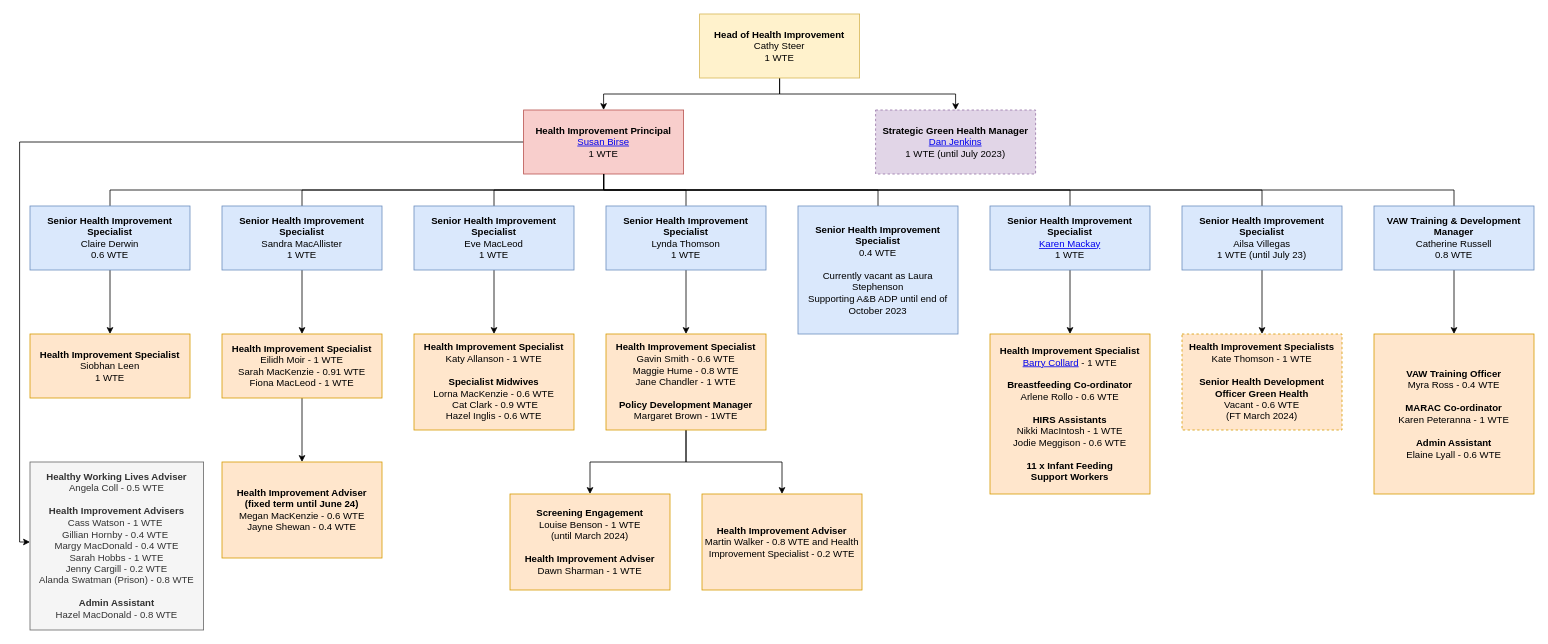
Earlier version of the draw.io diagram Untitled Diagram.drawio (barrycollard/staffOrgChart). Source tidied: cells renumbered, new cells numbered last; positions are measured from the earlier drawing's top-left corner, leaving out a move shared by most shapes. Both pictures are drawn from the tidied source at 80%, with x=0, y=0 at pixel (19, 14).
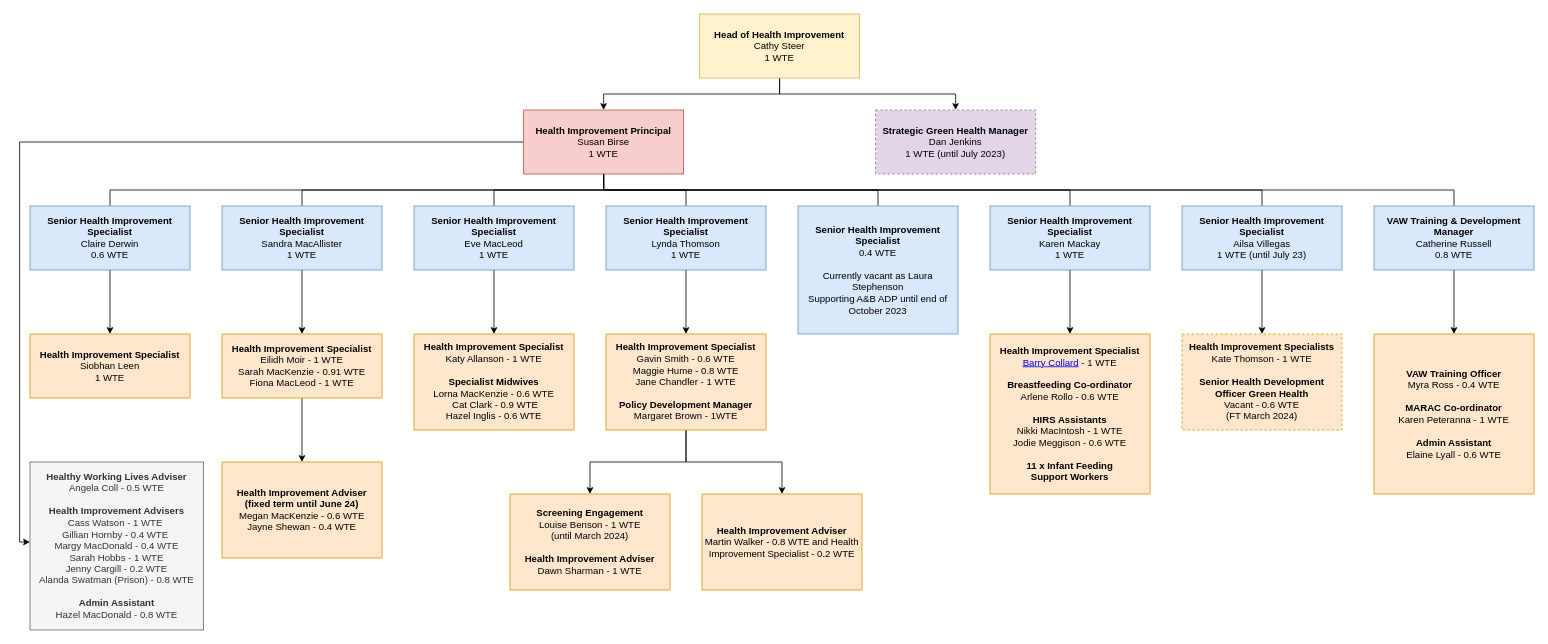
After the change.

Commit message:
Removed links to all but me

Change to the diagram source:
```diff
@@
-    <mxCell id="6" value="&lt;b&gt;Health Improvement Principal&lt;br&gt;&lt;/b&gt;&lt;a href=&quot;https://nhshighland.publichealth.scot.nhs.uk/staff/susan-birse/&quot;&gt;Susan Birse&lt;/a&gt;&lt;br&gt;1 WTE" style="rounded=0;whiteSpace=wrap;html=1;align=center;fillColor=#f8cecc;strokeColor=#b85450;" parent="1" vertex="1">
+    <mxCell id="6" value="&lt;b&gt;Health Improvement Principal&lt;br&gt;&lt;/b&gt;Susan Birse&lt;br&gt;1 WTE" style="rounded=0;whiteSpace=wrap;html=1;align=center;fillColor=#f8cecc;strokeColor=#b85450;" parent="1" vertex="1">
       <mxGeometry x="630" y="120" width="200" height="80" as="geometry" />
     </mxCell>
-    <mxCell id="7" value="&lt;b&gt;Strategic Green Health Manager&lt;br&gt;&lt;/b&gt;&lt;a href=&quot;https://nhshighland.publichealth.scot.nhs.uk/staff/dan-jenkins/&quot;&gt;Dan Jenkins&lt;/a&gt;&lt;br&gt;1 WTE (until July 2023)" style="rounded=0;whiteSpace=wrap;html=1;align=center;dashed=1;fillColor=#e1d5e7;strokeColor=#9673a6;" parent="1" vertex="1">
+    <mxCell id="7" value="&lt;b&gt;Strategic Green Health Manager&lt;br&gt;&lt;/b&gt;Dan Jenkins&lt;br&gt;1 WTE (until July 2023)" style="rounded=0;whiteSpace=wrap;html=1;align=center;dashed=1;fillColor=#e1d5e7;strokeColor=#9673a6;" parent="1" vertex="1">
       <mxGeometry x="1070" y="120" width="200" height="80" as="geometry" />
     </mxCell>
@@
-    <mxCell id="25" value="&lt;div&gt;&lt;b&gt;Senior Health Improvement Specialist&lt;/b&gt;&lt;/div&gt;&lt;div&gt;&lt;a href=&quot;https://nhshighland.publichealth.scot.nhs.uk/staff/karen-mackay/&quot;&gt;Karen Mackay&lt;/a&gt;&lt;/div&gt;&lt;div&gt;1 WTE&lt;/div&gt;" style="rounded=0;whiteSpace=wrap;html=1;fillColor=#dae8fc;strokeColor=#6c8ebf;" parent="1" vertex="1">
+    <mxCell id="25" value="&lt;div&gt;&lt;b&gt;Senior Health Improvement Specialist&lt;/b&gt;&lt;/div&gt;&lt;div&gt;Karen Mackay&lt;/div&gt;&lt;div&gt;1 WTE&lt;/div&gt;" style="rounded=0;whiteSpace=wrap;html=1;fillColor=#dae8fc;strokeColor=#6c8ebf;" parent="1" vertex="1">
       <mxGeometry x="1213" y="240" width="200" height="80" as="geometry" />
     </mxCell>
```
